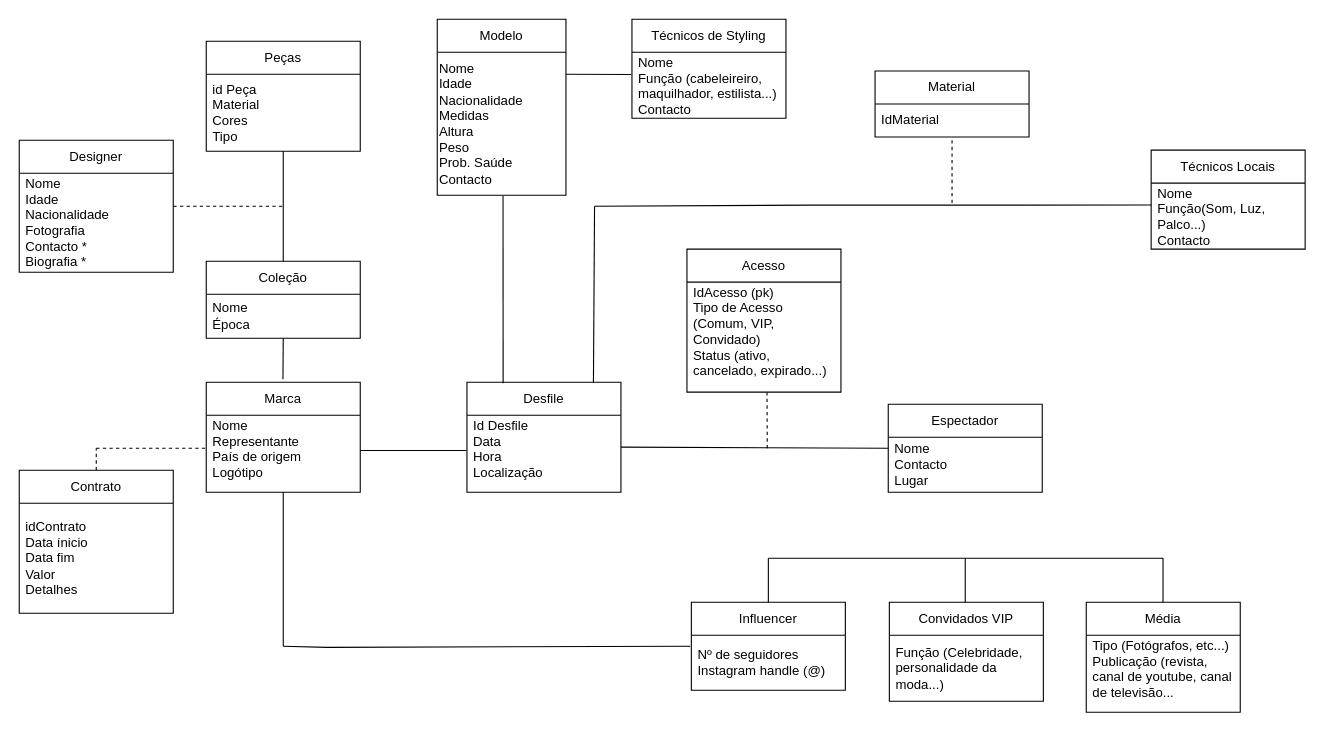
Before: uml_database.drawio in le0nor/BD2425-707, a draw.io diagram. Source tidied: cells renumbered, new cells numbered last; positions are measured from the earlier drawing's top-left corner, leaving out a move shared by most shapes. Both pictures are drawn from the tidied source at 110%, with x=0, y=0 at pixel (19, 19).
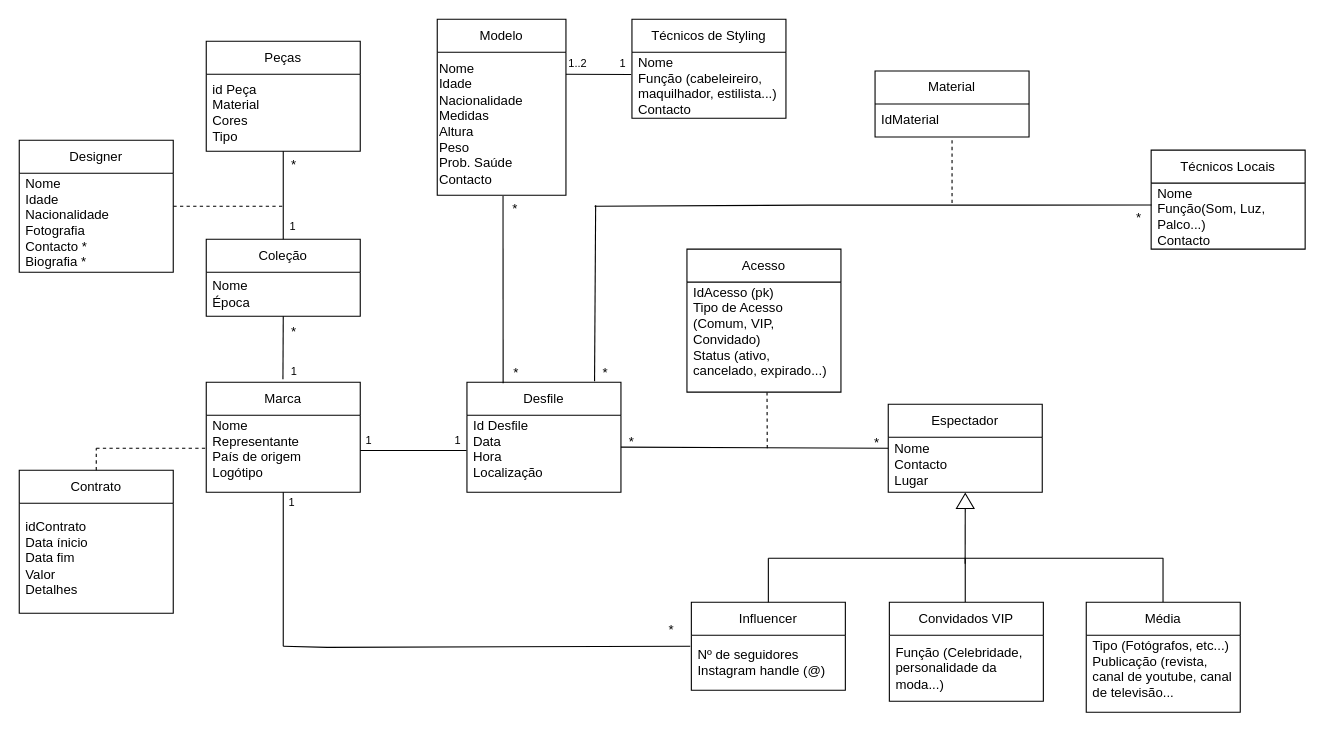
The same diagram, later.

Unchanged cells that the change refers to:
```xml
<mxCell id="2" value="Marca" style="swimlane;fontStyle=0;horizontal=1;startSize=30;whiteSpace=wrap;html=1;" parent="1" vertex="1">
  <mxGeometry x="170" y="330" width="140" height="100" as="geometry" />
</mxCell>
```

Change to the diagram source:
```diff
@@
     <mxCell id="6" value="Coleção" style="swimlane;fontStyle=0;horizontal=1;startSize=30;whiteSpace=wrap;html=1;" parent="1" vertex="1">
-      <mxGeometry x="170" y="220" width="140" height="70" as="geometry" />
+      <mxGeometry x="170" y="200" width="140" height="70" as="geometry" />
     </mxCell>
@@
-    <mxCell id="12" style="endArrow=none;html=1;rounded=0;exitX=0.498;exitY=-0.027;exitDx=0;exitDy=0;exitPerimeter=0;" parent="1" edge="1" source="2">
-      <mxGeometry relative="1" as="geometry">
-        <mxPoint x="240" y="290" as="targetPoint" />
-      </mxGeometry>
+    <mxCell id="12" style="endArrow=none;html=1;rounded=0;exitX=0.498;exitY=-0.027;exitDx=0;exitDy=0;exitPerimeter=0;entryX=0.5;entryY=1;entryDx=0;entryDy=0;" parent="1" edge="1" source="2" target="6">
+      <mxGeometry relative="1" as="geometry" />
     </mxCell>
@@
     <mxCell id="35" style="endArrow=none;html=1;rounded=0;" parent="1" edge="1">
       <mxGeometry relative="1" as="geometry">
-        <mxPoint x="522" y="330" as="sourcePoint" />
-        <mxPoint x="523" y="170" as="targetPoint" />
+        <mxPoint x="523" y="329" as="sourcePoint" />
+        <mxPoint x="524" y="169" as="targetPoint" />
       </mxGeometry>
     </mxCell>
@@
+    <mxCell id="52" style="endArrow=none;html=1;rounded=0;" parent="1" edge="1" target="53">
+      <mxGeometry relative="1" as="geometry">
+        <mxPoint x="859.9" y="495" as="sourcePoint" />
+      </mxGeometry>
+    </mxCell>
+    <mxCell id="53" style="triangle;whiteSpace=wrap;html=1;rotation=-90;" parent="1" vertex="1">
+      <mxGeometry x="853.2" y="430" width="13.6" height="16" as="geometry" />
+    </mxCell>
+    <mxCell id="54" value="*" style="text;html=1;align=center;verticalAlign=middle;whiteSpace=wrap;rounded=0;" parent="1" vertex="1">
+      <mxGeometry x="527" y="369" width="60" height="30" as="geometry" />
+    </mxCell>
+    <mxCell id="55" value="*" style="text;html=1;align=center;verticalAlign=middle;whiteSpace=wrap;rounded=0;" parent="1" vertex="1">
+      <mxGeometry x="750" y="370" width="60" height="30" as="geometry" />
+    </mxCell>
+    <mxCell id="56" value="&lt;font style=&quot;font-size: 10px;&quot;&gt;1&lt;/font&gt;" style="text;html=1;align=center;verticalAlign=middle;whiteSpace=wrap;rounded=0;" parent="1" vertex="1">
+      <mxGeometry x="218" y="424" width="60" height="30" as="geometry" />
+    </mxCell>
+    <mxCell id="57" value="*" style="text;html=1;align=center;verticalAlign=middle;whiteSpace=wrap;rounded=0;" parent="1" vertex="1">
+      <mxGeometry x="563" y="540" width="60" height="30" as="geometry" />
+    </mxCell>
+    <mxCell id="58" value="&lt;font style=&quot;font-size: 10px;&quot;&gt;1&lt;/font&gt;" style="text;html=1;align=center;verticalAlign=middle;whiteSpace=wrap;rounded=0;" parent="1" vertex="1">
+      <mxGeometry x="288" y="368" width="60" height="30" as="geometry" />
+    </mxCell>
+    <mxCell id="59" value="&lt;font style=&quot;font-size: 10px;&quot;&gt;1&lt;/font&gt;" style="text;html=1;align=center;verticalAlign=middle;whiteSpace=wrap;rounded=0;" parent="1" vertex="1">
+      <mxGeometry x="369" y="368" width="60" height="30" as="geometry" />
+    </mxCell>
+    <mxCell id="60" value="&lt;font style=&quot;font-size: 10px;&quot;&gt;1&lt;/font&gt;" style="text;html=1;align=center;verticalAlign=middle;whiteSpace=wrap;rounded=0;" parent="1" vertex="1">
+      <mxGeometry x="220" y="305" width="60" height="30" as="geometry" />
+    </mxCell>
+    <mxCell id="61" value="*" style="text;html=1;align=center;verticalAlign=middle;whiteSpace=wrap;rounded=0;" parent="1" vertex="1">
+      <mxGeometry x="220" y="269" width="60" height="30" as="geometry" />
+    </mxCell>
+    <mxCell id="62" value="&lt;font style=&quot;font-size: 10px;&quot;&gt;1&lt;/font&gt;" style="text;html=1;align=center;verticalAlign=middle;whiteSpace=wrap;rounded=0;" parent="1" vertex="1">
+      <mxGeometry x="219" y="173" width="60" height="30" as="geometry" />
+    </mxCell>
+    <mxCell id="63" value="*" style="text;html=1;align=center;verticalAlign=middle;whiteSpace=wrap;rounded=0;" parent="1" vertex="1">
+      <mxGeometry x="220" y="118" width="60" height="30" as="geometry" />
+    </mxCell>
+    <mxCell id="64" value="*" style="text;html=1;align=center;verticalAlign=middle;whiteSpace=wrap;rounded=0;" parent="1" vertex="1">
+      <mxGeometry x="421" y="158" width="60" height="30" as="geometry" />
+    </mxCell>
+    <mxCell id="65" value="*" style="text;html=1;align=center;verticalAlign=middle;whiteSpace=wrap;rounded=0;" parent="1" vertex="1">
+      <mxGeometry x="422" y="307" width="60" height="30" as="geometry" />
+    </mxCell>
+    <mxCell id="66" value="&lt;font style=&quot;font-size: 10px;&quot;&gt;1&lt;/font&gt;" style="text;html=1;align=center;verticalAlign=middle;whiteSpace=wrap;rounded=0;" parent="1" vertex="1">
+      <mxGeometry x="519" y="25" width="60" height="30" as="geometry" />
+    </mxCell>
+    <mxCell id="67" value="&lt;font style=&quot;font-size: 10px;&quot;&gt;1..2&lt;/font&gt;" style="text;html=1;align=center;verticalAlign=middle;whiteSpace=wrap;rounded=0;" parent="1" vertex="1">
+      <mxGeometry x="478" y="25" width="60" height="30" as="geometry" />
+    </mxCell>
+    <mxCell id="68" value="*" style="text;html=1;align=center;verticalAlign=middle;whiteSpace=wrap;rounded=0;" parent="1" vertex="1">
+      <mxGeometry x="503" y="307" width="60" height="30" as="geometry" />
+    </mxCell>
+    <mxCell id="69" value="*" style="text;html=1;align=center;verticalAlign=middle;whiteSpace=wrap;rounded=0;" parent="1" vertex="1">
+      <mxGeometry x="988" y="166" width="60" height="30" as="geometry" />
+    </mxCell>
```
